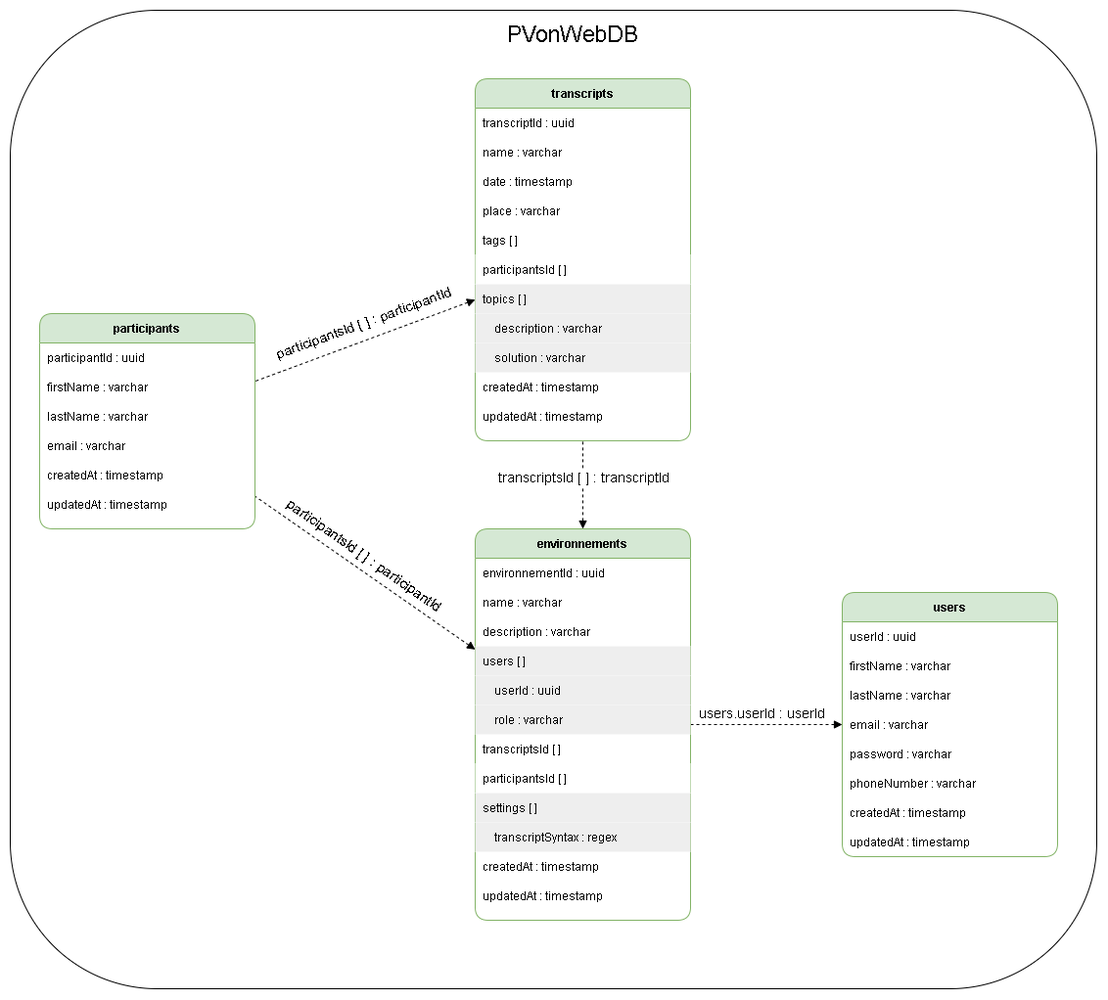
Above: docs/diagram/db/DBDiagramPVW.png in TommyRiquet/PVonWeb (draw.io), before the change. Source tidied: cells renumbered, new cells last; positions are measured from the earlier drawing's top-left corner, leaving out a move shared by most shapes.
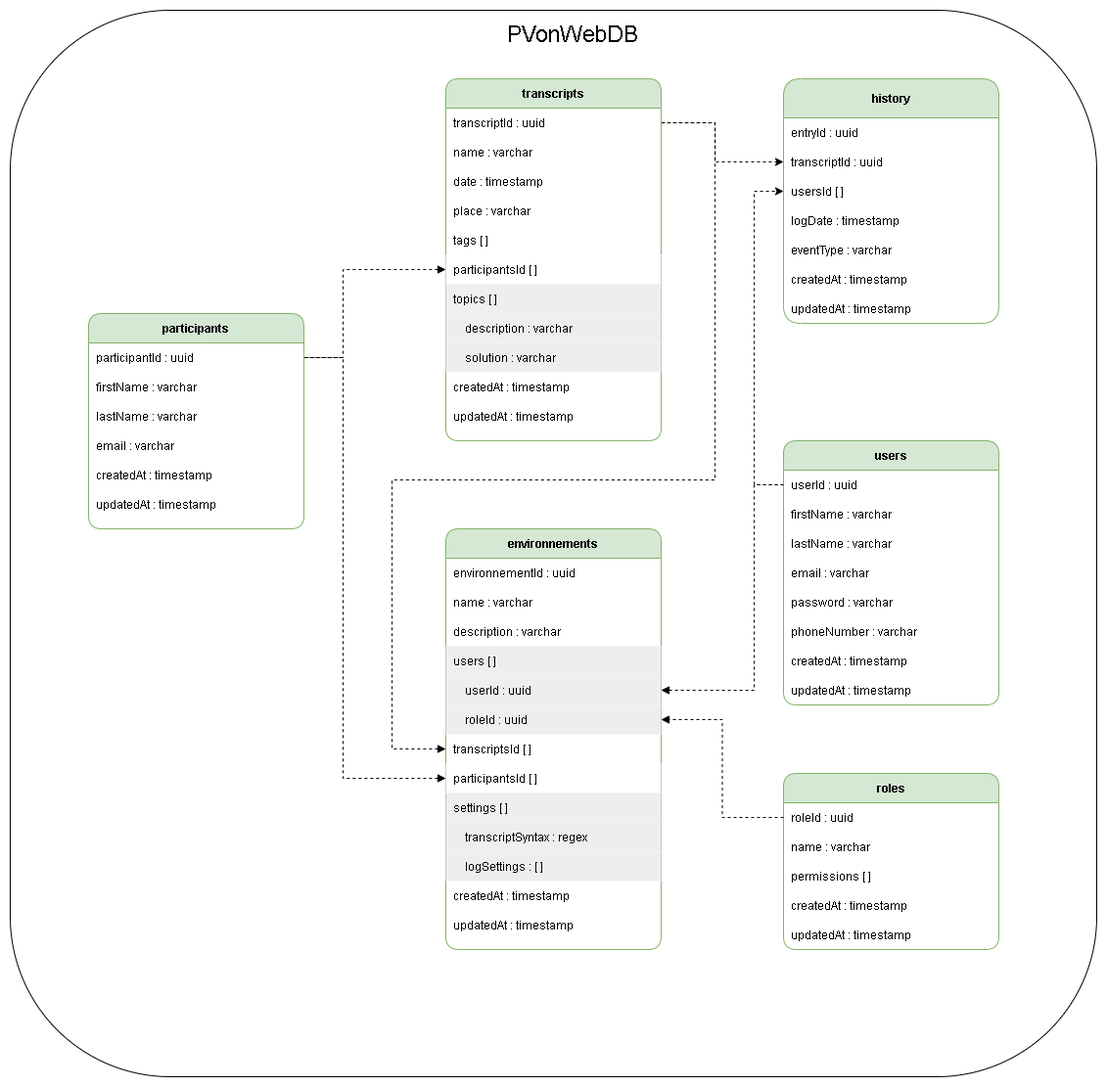
The same diagram one commit later.

Commit message:
docs(diagram): Schéma de base de données

Modification du schéma de la base de données pour ajouter les logs et
les rôles.
à voir dans draw.io pour modifier le schéma et l'exporter sous png .

The edit, as a diff of the source:
```diff
@@ -3,10 +3,18 @@
     <mxCell id="0" />
     <mxCell id="1" parent="0" />
     <mxCell id="2" style="rounded=1;whiteSpace=wrap;html=1;fillColor=none;" parent="1" vertex="1">
-      <mxGeometry width="1110" height="1000" as="geometry" />
+      <mxGeometry width="1110" height="1090" as="geometry" />
     </mxCell>
+    <mxCell id="90" style="edgeStyle=orthogonalEdgeStyle;rounded=0;jettySize=auto;html=1;dashed=1;exitX=0;exitY=0.5;exitDx=0;exitDy=0;entryX=0;entryY=0.5;entryDx=0;entryDy=0;" parent="1" edge="1" source="4" target="99">
+      <mxGeometry relative="1" as="geometry">
+        <Array as="points">
+          <mxPoint x="760" y="485" />
+          <mxPoint x="760" y="185" />
+        </Array>
+      </mxGeometry>
+    </mxCell>
     <mxCell id="3" value="users" style="shape=table;startSize=30;rowLines=0;fontStyle=1;align=center;rounded=1;fillColor=#d5e8d4;strokeColor=#82b366;swimlaneLine=1;swimlaneFillColor=default;" parent="1" vertex="1">
-      <mxGeometry x="850" y="595" width="220" height="270" as="geometry" />
+      <mxGeometry x="790" y="440" width="220" height="270" as="geometry" />
     </mxCell>
     <mxCell id="4" style="shape=partialRectangle;fillColor=none;points=[[0,0.5],[1,0.5]];portConstraint=eastwest;top=0;left=0;right=0;bottom=0;" parent="3" vertex="1">
       <mxGeometry y="30" width="220" height="30" as="geometry" />
@@ -56,16 +64,24 @@
     <mxCell id="19" value="updatedAt : timestamp" style="shape=partialRectangle;overflow=hidden;fillColor=none;top=0;left=0;bottom=0;right=0;align=left;spacingLeft=6;" parent="18" vertex="1">
       <mxGeometry width="220" height="30" as="geometry" />
     </mxCell>
-    <mxCell id="20" style="rounded=0;jettySize=auto;html=1;endArrow=none;endFill=0;dashed=1;startArrow=block;startFill=1;" parent="1" edge="1" source="22" target="76">
-      <mxGeometry relative="1" as="geometry" />
+    <mxCell id="20" style="rounded=0;jettySize=auto;html=1;endArrow=none;endFill=0;dashed=1;startArrow=block;startFill=1;edgeStyle=orthogonalEdgeStyle;entryX=1;entryY=0.5;entryDx=0;entryDy=0;exitX=0;exitY=0.5;exitDx=0;exitDy=0;" parent="1" edge="1" source="33" target="77">
+      <mxGeometry relative="1" as="geometry">
+        <Array as="points">
+          <mxPoint x="340" y="265" />
+          <mxPoint x="340" y="355" />
+        </Array>
+      </mxGeometry>
     </mxCell>
-    <mxCell id="21" value="participantsId [ ] : participantId" style="edgeLabel;html=1;align=center;verticalAlign=middle;fontSize=14;rotation=-20;" parent="20" vertex="1">
-      <mxGeometry x="0.14" y="-2" relative="1" as="geometry">
-        <mxPoint x="14" y="-22" as="offset" />
-      </mxGeometry>
-    </mxCell>
+    <mxCell id="91" style="rounded=0;jettySize=auto;html=1;dashed=1;entryX=0;entryY=0.5;entryDx=0;entryDy=0;exitX=1;exitY=0.5;exitDx=0;exitDy=0;edgeStyle=orthogonalEdgeStyle;" parent="1" edge="1" source="23" target="97">
+      <mxGeometry relative="1" as="geometry">
+        <Array as="points">
+          <mxPoint x="720" y="115" />
+          <mxPoint x="720" y="155" />
+        </Array>
+      </mxGeometry>
+    </mxCell>
     <mxCell id="22" value="transcripts" style="shape=table;startSize=30;rowLines=0;fontStyle=1;align=center;rounded=1;fillColor=#d5e8d4;strokeColor=#82b366;swimlaneLine=1;swimlaneFillColor=default;" parent="1" vertex="1">
-      <mxGeometry x="475" y="70" width="220" height="370" as="geometry" />
+      <mxGeometry x="445" y="70" width="220" height="370" as="geometry" />
     </mxCell>
     <mxCell id="23" style="shape=partialRectangle;fillColor=none;points=[[0,0.5],[1,0.5]];portConstraint=eastwest;top=0;left=0;right=0;bottom=0;" parent="22" vertex="1">
       <mxGeometry y="30" width="220" height="30" as="geometry" />
@@ -133,32 +149,34 @@
     <mxCell id="44" value="updatedAt : timestamp" style="shape=partialRectangle;overflow=hidden;fillColor=none;top=0;left=0;bottom=0;right=0;align=left;spacingLeft=6;" parent="43" vertex="1">
       <mxGeometry width="220" height="30" as="geometry" />
     </mxCell>
-    <mxCell id="45" style="edgeStyle=orthogonalEdgeStyle;rounded=0;jettySize=auto;html=1;entryX=0.5;entryY=1;entryDx=0;entryDy=0;endArrow=none;endFill=0;dashed=1;startArrow=block;startFill=1;" parent="1" edge="1" source="51" target="22">
-      <mxGeometry relative="1" as="geometry" />
+    <mxCell id="45" style="edgeStyle=orthogonalEdgeStyle;rounded=0;jettySize=auto;html=1;entryX=1;entryY=0.5;entryDx=0;entryDy=0;endArrow=none;endFill=0;dashed=1;startArrow=block;startFill=1;exitX=0;exitY=0.5;exitDx=0;exitDy=0;" parent="1" edge="1" source="64" target="23">
+      <mxGeometry relative="1" as="geometry">
+        <Array as="points">
+          <mxPoint x="390" y="755" />
+          <mxPoint x="390" y="480" />
+          <mxPoint x="720" y="480" />
+          <mxPoint x="720" y="115" />
+        </Array>
+      </mxGeometry>
     </mxCell>
-    <mxCell id="46" value="transcriptsId [ ] : transcriptId" style="edgeLabel;html=1;align=center;verticalAlign=middle;fontSize=14;" parent="45" vertex="1">
-      <mxGeometry x="-0.29" y="1" relative="1" as="geometry">
-        <mxPoint x="1" y="-21" as="offset" />
-      </mxGeometry>
-    </mxCell>
-    <mxCell id="47" style="rounded=0;jettySize=auto;html=1;dashed=1;startArrow=none;startFill=0;endArrow=block;endFill=1;" parent="1" edge="1" source="51" target="3">
-      <mxGeometry relative="1" as="geometry" />
+    <mxCell id="47" style="rounded=0;jettySize=auto;html=1;dashed=1;startArrow=block;startFill=1;endArrow=none;endFill=0;exitX=1;exitY=0.5;exitDx=0;exitDy=0;edgeStyle=orthogonalEdgeStyle;entryX=0;entryY=0.5;entryDx=0;entryDy=0;" parent="1" edge="1" source="60" target="4">
+      <mxGeometry relative="1" as="geometry">
+        <Array as="points">
+          <mxPoint x="760" y="695" />
+          <mxPoint x="760" y="485" />
+        </Array>
+      </mxGeometry>
     </mxCell>
-    <mxCell id="48" value="&lt;font style=&quot;font-size: 14px;&quot;&gt;users.userId : userId&lt;/font&gt;" style="edgeLabel;html=1;align=center;verticalAlign=middle;fontSize=23;" parent="47" vertex="1">
-      <mxGeometry x="-0.47" relative="1" as="geometry">
-        <mxPoint x="32" y="-15" as="offset" />
-      </mxGeometry>
-    </mxCell>
-    <mxCell id="49" style="edgeStyle=none;rounded=0;jettySize=auto;html=1;dashed=1;startArrow=block;startFill=1;endArrow=none;endFill=0;" parent="1" edge="1" source="51" target="76">
-      <mxGeometry relative="1" as="geometry" />
+    <mxCell id="49" style="edgeStyle=orthogonalEdgeStyle;rounded=0;jettySize=auto;html=1;dashed=1;startArrow=block;startFill=1;endArrow=none;endFill=0;entryX=1;entryY=0.5;entryDx=0;entryDy=0;exitX=0;exitY=0.5;exitDx=0;exitDy=0;" parent="1" edge="1" source="66" target="77">
+      <mxGeometry relative="1" as="geometry">
+        <Array as="points">
+          <mxPoint x="340" y="785" />
+          <mxPoint x="340" y="355" />
+        </Array>
+      </mxGeometry>
     </mxCell>
-    <mxCell id="50" value="participantsId [ ] : participantId" style="edgeLabel;html=1;align=center;verticalAlign=middle;fontSize=14;rotation=35;" parent="49" vertex="1">
-      <mxGeometry x="0.22" y="-2" relative="1" as="geometry">
-        <mxPoint x="22" y="-1" as="offset" />
-      </mxGeometry>
-    </mxCell>
     <mxCell id="51" value="environnements" style="shape=table;startSize=30;rowLines=0;fontStyle=1;align=center;rounded=1;fillColor=#d5e8d4;strokeColor=#82b366;swimlaneLine=1;swimlaneFillColor=default;" parent="1" vertex="1">
-      <mxGeometry x="475" y="530" width="220" height="400" as="geometry" />
+      <mxGeometry x="445" y="530" width="220" height="430" as="geometry" />
     </mxCell>
     <mxCell id="52" style="shape=partialRectangle;fillColor=none;top=0;left=0;right=0;bottom=0;" parent="51" vertex="1">
       <mxGeometry y="30" width="220" height="30" as="geometry" />
@@ -193,7 +211,7 @@
     <mxCell id="62" style="shape=partialRectangle;fillColor=none;points=[[0,0.5],[1,0.5]];portConstraint=eastwest;top=0;left=0;right=0;bottom=0;" parent="51" vertex="1">
       <mxGeometry y="180" width="220" height="30" as="geometry" />
     </mxCell>
-    <mxCell id="63" value="    role : varchar" style="shape=partialRectangle;overflow=hidden;fillColor=#eeeeee;top=0;left=0;bottom=0;right=0;align=left;spacingLeft=6;strokeColor=#36393d;" parent="62" vertex="1">
+    <mxCell id="63" value="    roleId : uuid" style="shape=partialRectangle;overflow=hidden;fillColor=#eeeeee;top=0;left=0;bottom=0;right=0;align=left;spacingLeft=6;strokeColor=#36393d;" parent="62" vertex="1">
       <mxGeometry width="220" height="30" as="geometry" />
     </mxCell>
     <mxCell id="64" style="shape=partialRectangle;fillColor=none;points=[[0,0.5],[1,0.5]];portConstraint=eastwest;top=0;left=0;right=0;bottom=0;" parent="51" vertex="1">
@@ -220,20 +238,26 @@
     <mxCell id="71" value="    transcriptSyntax : regex" style="shape=partialRectangle;overflow=hidden;top=0;left=0;bottom=0;right=0;align=left;spacingLeft=6;fillColor=#eeeeee;strokeColor=#36393d;" parent="70" vertex="1">
       <mxGeometry width="220" height="30" as="geometry" />
     </mxCell>
+    <mxCell id="92" style="shape=partialRectangle;fillColor=none;top=0;left=0;right=0;bottom=0;" parent="51" vertex="1">
+      <mxGeometry y="330" width="220" height="30" as="geometry" />
+    </mxCell>
+    <mxCell id="93" value="    logSettings : [ ]" style="shape=partialRectangle;overflow=hidden;top=0;left=0;bottom=0;right=0;align=left;spacingLeft=6;fillColor=#eeeeee;strokeColor=#36393d;" parent="92" vertex="1">
+      <mxGeometry width="220" height="30" as="geometry" />
+    </mxCell>
     <mxCell id="72" style="shape=partialRectangle;fillColor=none;top=0;left=0;right=0;bottom=0;" parent="51" vertex="1">
-      <mxGeometry y="330" width="220" height="30" as="geometry" />
+      <mxGeometry y="360" width="220" height="30" as="geometry" />
     </mxCell>
     <mxCell id="73" value="createdAt : timestamp" style="shape=partialRectangle;overflow=hidden;fillColor=none;top=0;left=0;bottom=0;right=0;align=left;spacingLeft=6;" parent="72" vertex="1">
       <mxGeometry width="220" height="30" as="geometry" />
     </mxCell>
     <mxCell id="74" style="shape=partialRectangle;fillColor=none;top=0;left=0;right=0;bottom=0;" parent="51" vertex="1">
-      <mxGeometry y="360" width="220" height="30" as="geometry" />
+      <mxGeometry y="390" width="220" height="30" as="geometry" />
     </mxCell>
     <mxCell id="75" value="updatedAt : timestamp" style="shape=partialRectangle;overflow=hidden;fillColor=none;top=0;left=0;bottom=0;right=0;align=left;spacingLeft=6;" parent="74" vertex="1">
       <mxGeometry width="220" height="30" as="geometry" />
     </mxCell>
     <mxCell id="76" value="participants" style="shape=table;startSize=30;rowLines=0;fontStyle=1;align=center;rounded=1;fillColor=#d5e8d4;strokeColor=#82b366;swimlaneLine=1;swimlaneFillColor=default;" parent="1" vertex="1">
-      <mxGeometry x="30" y="310" width="220" height="220" as="geometry" />
+      <mxGeometry x="80" y="310" width="220" height="220" as="geometry" />
     </mxCell>
     <mxCell id="77" style="shape=partialRectangle;fillColor=none;points=[[0,0.5],[1,0.5]];portConstraint=eastwest;top=0;left=0;right=0;bottom=0;" parent="76" vertex="1">
       <mxGeometry y="30" width="220" height="30" as="geometry" />
@@ -274,5 +298,86 @@
     <mxCell id="89" value="&lt;font style=&quot;font-size: 23px;&quot;&gt;PVonWebDB&lt;/font&gt;" style="text;html=1;strokeColor=none;fillColor=none;align=center;verticalAlign=middle;whiteSpace=wrap;rounded=0;" parent="1" vertex="1">
       <mxGeometry x="545" y="10" width="60" height="30" as="geometry" />
     </mxCell>
+    <mxCell id="94" value="history" style="shape=table;startSize=40;rowLines=0;fontStyle=1;align=center;rounded=1;fillColor=#d5e8d4;strokeColor=#82b366;swimlaneLine=1;swimlaneFillColor=default;" parent="1" vertex="1">
+      <mxGeometry x="790" y="70" width="220" height="250" as="geometry" />
+    </mxCell>
+    <mxCell id="95" style="shape=partialRectangle;fillColor=none;top=0;left=0;right=0;bottom=0;" parent="94" vertex="1">
+      <mxGeometry y="40" width="220" height="30" as="geometry" />
+    </mxCell>
+    <mxCell id="96" value="entryId : uuid" style="shape=partialRectangle;overflow=hidden;fillColor=none;top=0;left=0;bottom=0;right=0;align=left;spacingLeft=6;" parent="95" vertex="1">
+      <mxGeometry width="220" height="30" as="geometry" />
+    </mxCell>
+    <mxCell id="97" style="shape=partialRectangle;fillColor=none;points=[[0,0.5],[1,0.5]];portConstraint=eastwest;top=0;left=0;right=0;bottom=0;" parent="94" vertex="1">
+      <mxGeometry y="70" width="220" height="30" as="geometry" />
+    </mxCell>
+    <mxCell id="98" value="transcriptId : uuid" style="shape=partialRectangle;overflow=hidden;fillColor=none;top=0;left=0;bottom=0;right=0;align=left;spacingLeft=6;" parent="97" vertex="1">
+      <mxGeometry width="220" height="30" as="geometry" />
+    </mxCell>
+    <mxCell id="99" style="shape=partialRectangle;fillColor=none;points=[[0,0.5],[1,0.5]];portConstraint=eastwest;top=0;left=0;right=0;bottom=0;" parent="94" vertex="1">
+      <mxGeometry y="100" width="220" height="30" as="geometry" />
+    </mxCell>
+    <mxCell id="100" value="usersId [ ]" style="shape=partialRectangle;overflow=hidden;fillColor=none;top=0;left=0;bottom=0;right=0;align=left;spacingLeft=6;" parent="99" vertex="1">
+      <mxGeometry width="220" height="30" as="geometry" />
+    </mxCell>
+    <mxCell id="101" style="shape=partialRectangle;fillColor=none;top=0;left=0;right=0;bottom=0;" parent="94" vertex="1">
+      <mxGeometry y="130" width="220" height="30" as="geometry" />
+    </mxCell>
+    <mxCell id="102" value="logDate : timestamp" style="shape=partialRectangle;overflow=hidden;fillColor=none;top=0;left=0;bottom=0;right=0;align=left;spacingLeft=6;" parent="101" vertex="1">
+      <mxGeometry width="220" height="30" as="geometry" />
+    </mxCell>
+    <mxCell id="103" style="shape=partialRectangle;fillColor=none;top=0;left=0;right=0;bottom=0;" parent="94" vertex="1">
+      <mxGeometry y="160" width="220" height="30" as="geometry" />
+    </mxCell>
+    <mxCell id="104" value="eventType : varchar" style="shape=partialRectangle;overflow=hidden;fillColor=none;top=0;left=0;bottom=0;right=0;align=left;spacingLeft=6;" parent="103" vertex="1">
+      <mxGeometry width="220" height="30" as="geometry" />
+    </mxCell>
+    <mxCell id="105" style="shape=partialRectangle;fillColor=none;top=0;left=0;right=0;bottom=0;" parent="94" vertex="1">
+      <mxGeometry y="190" width="220" height="30" as="geometry" />
+    </mxCell>
+    <mxCell id="106" value="createdAt : timestamp" style="shape=partialRectangle;overflow=hidden;fillColor=none;top=0;left=0;bottom=0;right=0;align=left;spacingLeft=6;" parent="105" vertex="1">
+      <mxGeometry width="220" height="30" as="geometry" />
+    </mxCell>
+    <mxCell id="107" style="shape=partialRectangle;fillColor=none;top=0;left=0;right=0;bottom=0;" parent="94" vertex="1">
+      <mxGeometry y="220" width="220" height="30" as="geometry" />
+    </mxCell>
+    <mxCell id="108" value="updatedAt : timestamp" style="shape=partialRectangle;overflow=hidden;fillColor=none;top=0;left=0;bottom=0;right=0;align=left;spacingLeft=6;" parent="107" vertex="1">
+      <mxGeometry width="220" height="30" as="geometry" />
+    </mxCell>
+    <mxCell id="109" value="roles" style="shape=table;startSize=30;rowLines=0;fontStyle=1;align=center;rounded=1;fillColor=#d5e8d4;strokeColor=#82b366;swimlaneLine=1;swimlaneFillColor=default;" parent="1" vertex="1">
+      <mxGeometry x="790" y="780" width="220" height="180" as="geometry" />
+    </mxCell>
+    <mxCell id="110" style="shape=partialRectangle;fillColor=none;points=[[0,0.5],[1,0.5]];portConstraint=eastwest;top=0;left=0;right=0;bottom=0;" parent="109" vertex="1">
+      <mxGeometry y="30" width="220" height="30" as="geometry" />
+    </mxCell>
+    <mxCell id="111" value="roleId : uuid" style="shape=partialRectangle;overflow=hidden;fillColor=none;top=0;left=0;bottom=0;right=0;align=left;spacingLeft=6;" parent="110" vertex="1">
+      <mxGeometry width="220" height="30" as="geometry" />
+    </mxCell>
+    <mxCell id="112" style="shape=partialRectangle;fillColor=none;top=0;left=0;right=0;bottom=0;" parent="109" vertex="1">
+      <mxGeometry y="60" width="220" height="30" as="geometry" />
+    </mxCell>
+    <mxCell id="113" value="name : varchar" style="shape=partialRectangle;overflow=hidden;fillColor=none;top=0;left=0;bottom=0;right=0;align=left;spacingLeft=6;" parent="112" vertex="1">
+      <mxGeometry width="220" height="30" as="geometry" />
+    </mxCell>
+    <mxCell id="114" style="shape=partialRectangle;fillColor=none;top=0;left=0;right=0;bottom=0;" parent="109" vertex="1">
+      <mxGeometry y="90" width="220" height="30" as="geometry" />
+    </mxCell>
+    <mxCell id="115" value="permissions [ ] " style="shape=partialRectangle;overflow=hidden;fillColor=none;top=0;left=0;bottom=0;right=0;align=left;spacingLeft=6;" parent="114" vertex="1">
+      <mxGeometry width="220" height="30" as="geometry" />
+    </mxCell>
+    <mxCell id="116" style="shape=partialRectangle;fillColor=none;top=0;left=0;right=0;bottom=0;" parent="109" vertex="1">
+      <mxGeometry y="120" width="220" height="30" as="geometry" />
+    </mxCell>
+    <mxCell id="117" value="createdAt : timestamp" style="shape=partialRectangle;overflow=hidden;fillColor=none;top=0;left=0;bottom=0;right=0;align=left;spacingLeft=6;" parent="116" vertex="1">
+      <mxGeometry width="220" height="30" as="geometry" />
+    </mxCell>
+    <mxCell id="118" style="shape=partialRectangle;fillColor=none;top=0;left=0;right=0;bottom=0;" parent="109" vertex="1">
+      <mxGeometry y="150" width="220" height="30" as="geometry" />
+    </mxCell>
+    <mxCell id="119" value="updatedAt : timestamp" style="shape=partialRectangle;overflow=hidden;fillColor=none;top=0;left=0;bottom=0;right=0;align=left;spacingLeft=6;" parent="118" vertex="1">
+      <mxGeometry width="220" height="30" as="geometry" />
+    </mxCell>
+    <mxCell id="120" style="edgeStyle=orthogonalEdgeStyle;rounded=0;jettySize=auto;html=1;dashed=1;endArrow=block;endFill=1;" parent="1" edge="1" source="110" target="62">
+      <mxGeometry relative="1" as="geometry" />
+    </mxCell>
   </root>
 </mxGraphModel>
```
